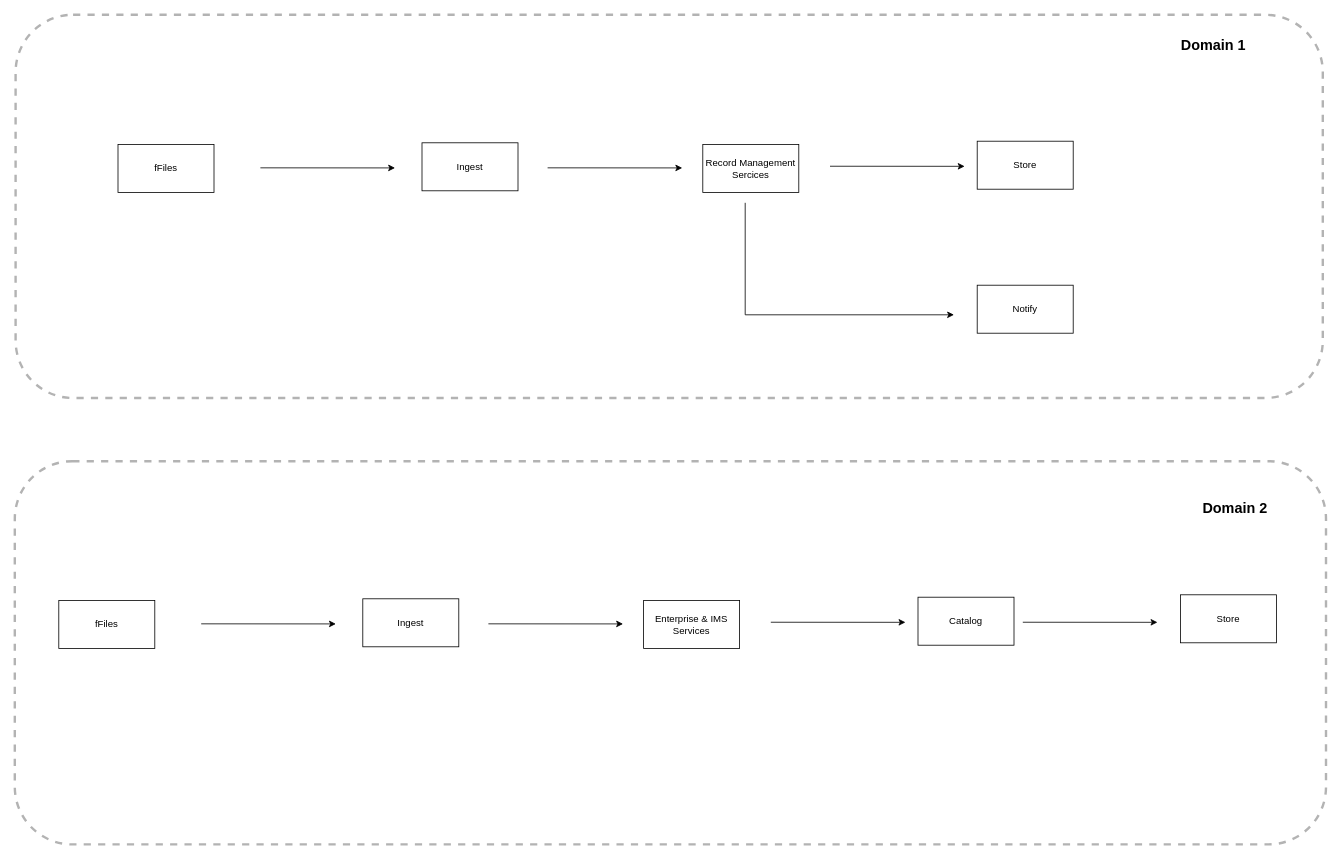
Before: page "Eva Highest Level" (1 of 8) of Drawings/Eva/Architecture/MainArchitecture.drawio in RMSLowside/rmslow, a draw.io diagram. Source tidied: cells renumbered, new cells numbered last; positions are measured from the earlier drawing's top-left corner, leaving out a move shared by most shapes. Both pictures are drawn from the tidied source at 80%, with x=0, y=0 at pixel (14, 14).
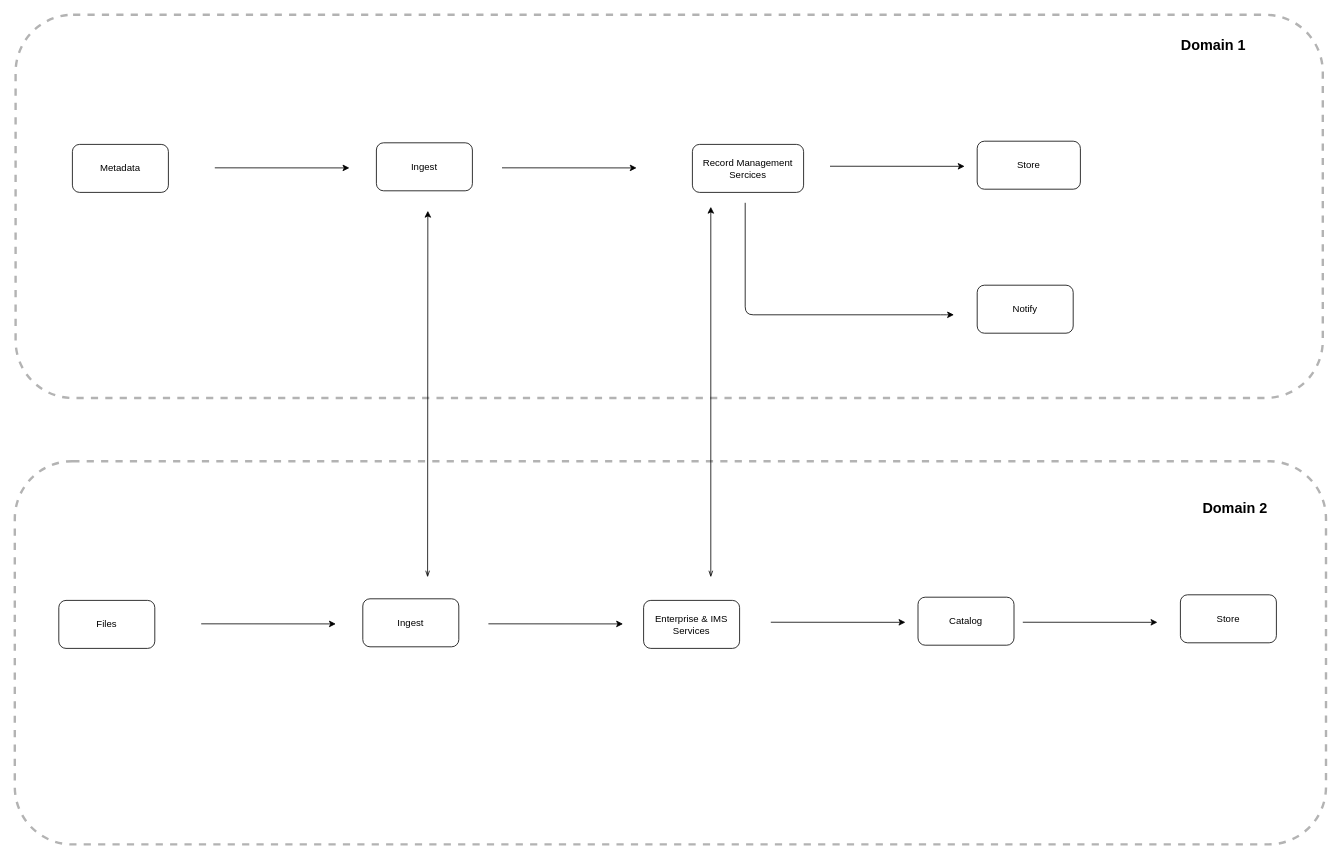
The same diagram, later.

The edit, as a diff of the source:
```diff
@@
-    <mxCell id="3" value="fFiles" style="rounded=0;whiteSpace=wrap;html=1;" parent="1" vertex="1">
-      <mxGeometry x="129" y="162" width="120" height="60" as="geometry" />
+    <mxCell id="3" value="Metadata" style="rounded=1;whiteSpace=wrap;html=1;" parent="1" vertex="1">
+      <mxGeometry x="72" y="162" width="120" height="60" as="geometry" />
     </mxCell>
-    <mxCell id="4" value="Ingest" style="rounded=0;whiteSpace=wrap;html=1;" parent="1" vertex="1">
-      <mxGeometry x="509" y="160" width="120" height="60" as="geometry" />
+    <mxCell id="4" value="Ingest" style="rounded=1;whiteSpace=wrap;html=1;" parent="1" vertex="1">
+      <mxGeometry x="452" y="160" width="120" height="60" as="geometry" />
     </mxCell>
-    <mxCell id="5" value="Record Management Sercices" style="rounded=0;whiteSpace=wrap;html=1;" parent="1" vertex="1">
-      <mxGeometry x="860" y="162" width="120" height="60" as="geometry" />
+    <mxCell id="5" value="Record Management Sercices" style="rounded=1;whiteSpace=wrap;html=1;" parent="1" vertex="1">
+      <mxGeometry x="847" y="162" width="139" height="60" as="geometry" />
     </mxCell>
-    <mxCell id="6" value="Store" style="rounded=0;whiteSpace=wrap;html=1;" parent="1" vertex="1">
-      <mxGeometry x="1203" y="158" width="120" height="60" as="geometry" />
+    <mxCell id="6" value="Store" style="rounded=1;whiteSpace=wrap;html=1;" parent="1" vertex="1">
+      <mxGeometry x="1203" y="158" width="129" height="60" as="geometry" />
     </mxCell>
-    <mxCell id="7" style="edgeStyle=orthogonalEdgeStyle;orthogonalLoop=1;jettySize=auto;html=1;rounded=0;" parent="1" edge="1">
+    <mxCell id="7" style="edgeStyle=orthogonalEdgeStyle;orthogonalLoop=1;jettySize=auto;html=1;rounded=1;" parent="1" edge="1">
       <mxGeometry relative="1" as="geometry">
         <mxPoint x="913" y="235" as="sourcePoint" />
         <mxPoint x="1174" y="375" as="targetPoint" />
         <Array as="points">
           <mxPoint x="913" y="375" />
           <mxPoint x="1167" y="375" />
         </Array>
       </mxGeometry>
     </mxCell>
     <mxCell id="8" style="endArrow=classic;html=1;entryX=0.227;entryY=0.829;entryDx=0;entryDy=0;entryPerimeter=0;" parent="1" edge="1">
       <mxGeometry relative="1" as="geometry">
-        <mxPoint x="307" y="191.3" as="sourcePoint" />
-        <mxPoint x="475.3" y="191.4" as="targetPoint" />
+        <mxPoint x="250" y="191.3" as="sourcePoint" />
+        <mxPoint x="418.3" y="191.4" as="targetPoint" />
       </mxGeometry>
     </mxCell>
     <mxCell id="9" style="endArrow=classic;html=1;entryX=0.227;entryY=0.829;entryDx=0;entryDy=0;entryPerimeter=0;" parent="1" edge="1">
       <mxGeometry relative="1" as="geometry">
-        <mxPoint x="666" y="191.3" as="sourcePoint" />
-        <mxPoint x="834.3" y="191.4" as="targetPoint" />
+        <mxPoint x="609" y="191.3" as="sourcePoint" />
+        <mxPoint x="777.3" y="191.4" as="targetPoint" />
       </mxGeometry>
     </mxCell>
@@
-    <mxCell id="11" value="Notify" style="rounded=0;whiteSpace=wrap;html=1;" parent="1" vertex="1">
+    <mxCell id="11" value="Notify" style="rounded=1;whiteSpace=wrap;html=1;" parent="1" vertex="1">
       <mxGeometry x="1203" y="338" width="120" height="60" as="geometry" />
     </mxCell>
@@
-    <mxCell id="14" value="fFiles" style="rounded=0;whiteSpace=wrap;html=1;" parent="1" vertex="1">
+    <mxCell id="14" value="Files" style="rounded=1;whiteSpace=wrap;html=1;" parent="1" vertex="1">
       <mxGeometry x="55" y="732" width="120" height="60" as="geometry" />
     </mxCell>
-    <mxCell id="15" value="Ingest" style="rounded=0;whiteSpace=wrap;html=1;" parent="1" vertex="1">
+    <mxCell id="15" value="Ingest" style="rounded=1;whiteSpace=wrap;html=1;" parent="1" vertex="1">
       <mxGeometry x="435" y="730" width="120" height="60" as="geometry" />
     </mxCell>
-    <mxCell id="16" value="Enterprise &amp;amp; IMS Services" style="rounded=0;whiteSpace=wrap;html=1;" parent="1" vertex="1">
+    <mxCell id="16" value="Enterprise &amp;amp; IMS Services" style="rounded=1;whiteSpace=wrap;html=1;" parent="1" vertex="1">
       <mxGeometry x="786" y="732" width="120" height="60" as="geometry" />
     </mxCell>
-    <mxCell id="17" value="Catalog" style="rounded=0;whiteSpace=wrap;html=1;" parent="1" vertex="1">
+    <mxCell id="17" value="Catalog" style="rounded=1;whiteSpace=wrap;html=1;" parent="1" vertex="1">
       <mxGeometry x="1129" y="728" width="120" height="60" as="geometry" />
     </mxCell>
@@
-    <mxCell id="21" value="Store" style="rounded=0;whiteSpace=wrap;html=1;" parent="1" vertex="1">
+    <mxCell id="21" value="Store" style="rounded=1;whiteSpace=wrap;html=1;" parent="1" vertex="1">
       <mxGeometry x="1457" y="725" width="120" height="60" as="geometry" />
     </mxCell>
@@
+    <mxCell id="24" style="endArrow=classic;html=1;startArrow=openThin;startFill=0;" parent="1" edge="1">
+      <mxGeometry relative="1" as="geometry">
+        <mxPoint x="870" y="703" as="sourcePoint" />
+        <mxPoint x="870" y="240" as="targetPoint" />
+      </mxGeometry>
+    </mxCell>
+    <mxCell id="25" style="endArrow=classic;html=1;entryX=0.532;entryY=0.537;entryDx=0;entryDy=0;entryPerimeter=0;startArrow=openThin;startFill=0;" parent="1" edge="1">
+      <mxGeometry relative="1" as="geometry">
+        <mxPoint x="516" y="703" as="sourcePoint" />
+        <mxPoint x="516.3" y="245" as="targetPoint" />
+      </mxGeometry>
+    </mxCell>
```
